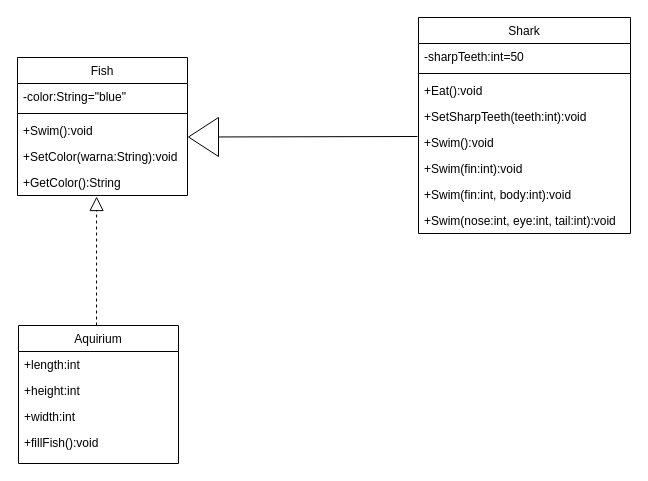
Above: Exercise1ClassDiagram.drawio in aiin-syafikah/Week-2 (draw.io), before the change. Source tidied: cells renumbered, new cells numbered last; positions are measured from the earlier drawing's top-left corner, leaving out a move shared by most shapes. Both pictures are drawn from the tidied source at 100%, with x=0, y=0 at pixel (17, 17).
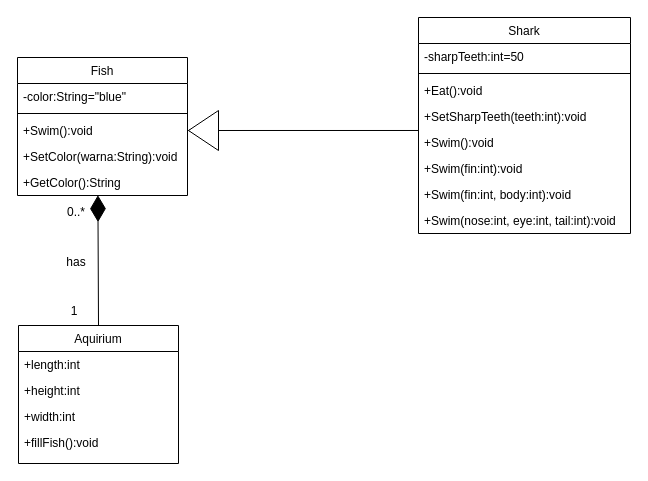
The same diagram, later.

The change refers to these unchanged cells:
```xml
<mxCell id="5" value="+Swim():void" style="text;align=left;verticalAlign=top;spacingLeft=4;spacingRight=4;overflow=hidden;points=[[0,0.5],[1,0.5]];portConstraint=eastwest;rounded=0;shadow=0;html=0;" parent="2" vertex="1">
  <mxGeometry y="60" width="170" height="26" as="geometry" />
</mxCell>
<mxCell id="7" value="+GetColor():String" style="text;align=left;verticalAlign=top;spacingLeft=4;spacingRight=4;overflow=hidden;points=[[0,0.5],[1,0.5]];portConstraint=eastwest;" parent="2" vertex="1">
  <mxGeometry y="112" width="170" height="26" as="geometry" />
</mxCell>
<mxCell id="14" value="+Swim():void" style="text;align=left;verticalAlign=top;spacingLeft=4;spacingRight=4;overflow=hidden;points=[[0,0.5],[1,0.5]];portConstraint=eastwest;rounded=0;shadow=0;html=0;" parent="9" vertex="1">
  <mxGeometry y="112" width="212" height="26" as="geometry" />
</mxCell>
<mxCell id="18" value="Aquirium" style="swimlane;fontStyle=0;align=center;verticalAlign=top;horizontal=1;startSize=26;rounded=0;shadow=0;strokeWidth=1;" parent="1" vertex="1">
  <mxGeometry x="1" y="308" width="160" height="138" as="geometry" />
</mxCell>
```

The edit, as a diff of the source:
```diff
@@
-    <mxCell id="8" style="endArrow=none;html=1;entryX=0.047;entryY=0.308;entryDx=0;entryDy=0;entryPerimeter=0;" parent="1" edge="1" source="23">
-      <mxGeometry relative="1" as="geometry">
-        <mxPoint x="400" y="119" as="targetPoint" />
-      </mxGeometry>
-    </mxCell>
@@
-    <mxCell id="23" style="triangle;whiteSpace=wrap;html=1;rotation=-180;" parent="1" vertex="1">
-      <mxGeometry x="171" y="100" width="30" height="39" as="geometry" />
-    </mxCell>
-    <mxCell id="24" style="endArrow=block;dashed=1;endFill=0;endSize=12;html=1;exitX=0.5;exitY=0;exitDx=0;exitDy=0;entryX=0.471;entryY=1.077;entryDx=0;entryDy=0;entryPerimeter=0;" parent="1" edge="1">
-      <mxGeometry relative="1" as="geometry">
-        <mxPoint x="79" y="308" as="sourcePoint" />
-        <mxPoint x="79.1" y="179" as="targetPoint" />
-      </mxGeometry>
-    </mxCell>
+    <mxCell id="25" style="endArrow=classic;html=1;entryX=1;entryY=0.5;entryDx=0;entryDy=0;exitX=0;exitY=0.038;exitDx=0;exitDy=0;exitPerimeter=0;" parent="1" edge="1" source="14" target="5">
+      <mxGeometry relative="1" as="geometry" />
+    </mxCell>
+    <mxCell id="26" style="triangle;whiteSpace=wrap;html=1;rotation=-180;" parent="1" vertex="1">
+      <mxGeometry x="171" y="93" width="30" height="40" as="geometry" />
+    </mxCell>
+    <mxCell id="27" style="endArrow=diamondThin;endFill=1;endSize=24;html=1;exitX=0.5;exitY=0;exitDx=0;exitDy=0;entryX=0.473;entryY=0.987;entryDx=0;entryDy=0;entryPerimeter=0;" parent="1" edge="1" source="18" target="7">
+      <mxGeometry relative="1" as="geometry" />
+    </mxCell>
+    <mxCell id="28" value="0..*" style="text;html=1;strokeColor=none;fillColor=none;align=center;verticalAlign=middle;whiteSpace=wrap;rounded=0;" parent="1" vertex="1">
+      <mxGeometry x="39" y="185" width="40" height="20" as="geometry" />
+    </mxCell>
+    <mxCell id="29" value="1" style="text;html=1;strokeColor=none;fillColor=none;align=center;verticalAlign=middle;whiteSpace=wrap;rounded=0;" parent="1" vertex="1">
+      <mxGeometry x="37" y="284" width="40" height="20" as="geometry" />
+    </mxCell>
+    <mxCell id="30" value="has" style="text;html=1;strokeColor=none;fillColor=none;align=center;verticalAlign=middle;whiteSpace=wrap;rounded=0;" parent="1" vertex="1">
+      <mxGeometry x="39" y="235" width="40" height="20" as="geometry" />
+    </mxCell>
```
